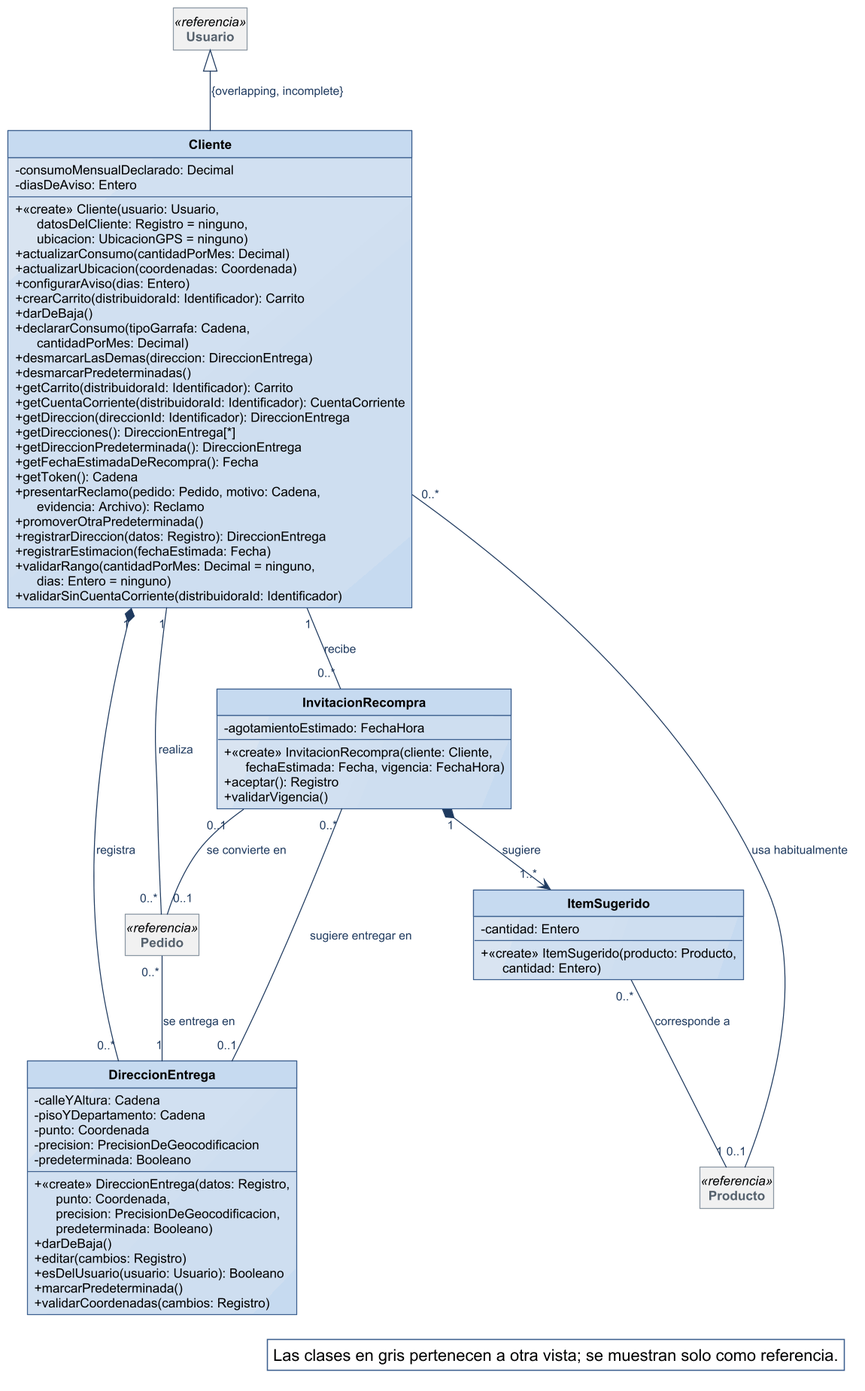
Nahuelito-Dev/splg-docs keeps this PlantUML diagram as diagramas/clases-diseno/DC_Clientes.png. Above is the earlier version.
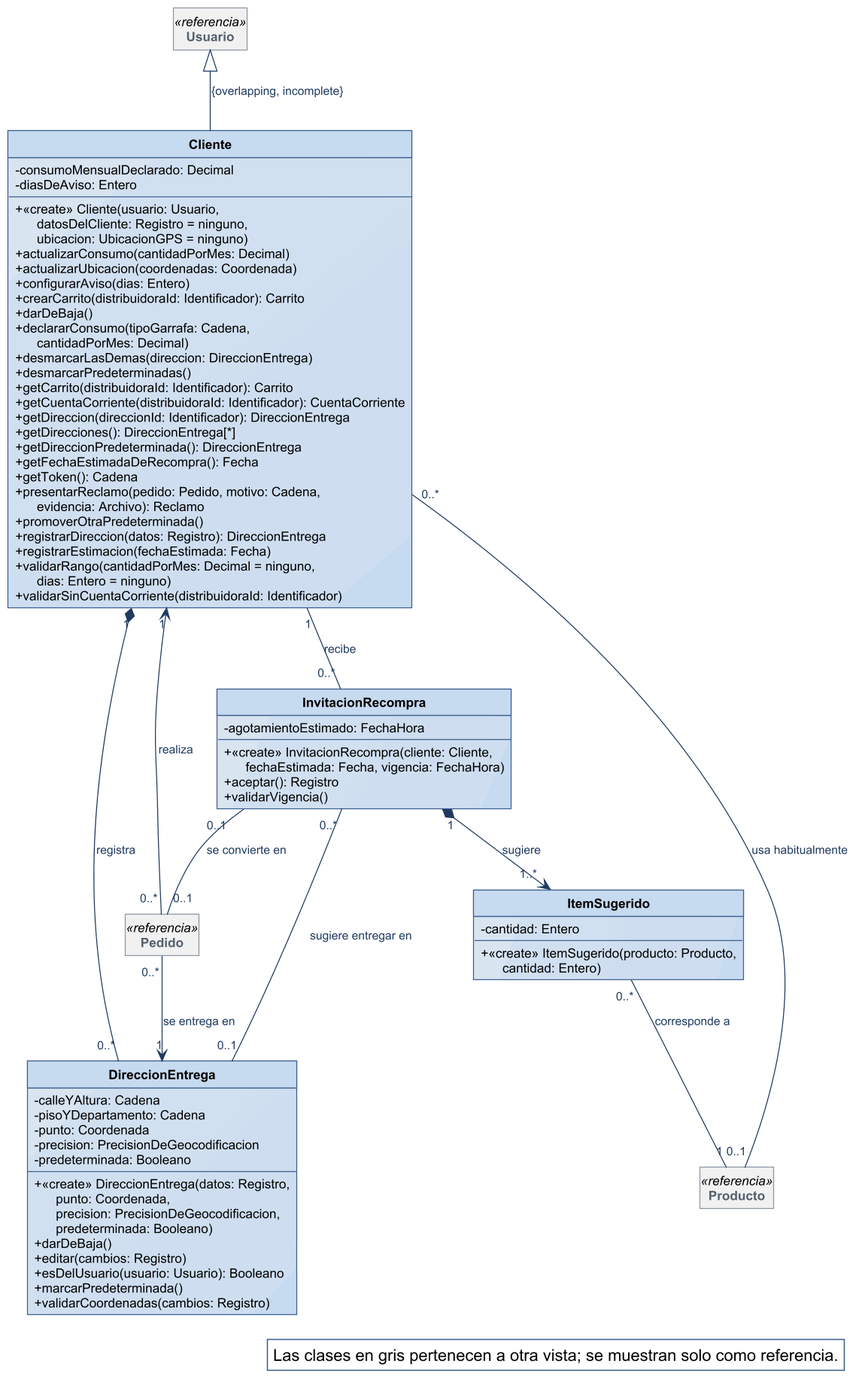
Above is the later version.

Change to the diagram source:
```diff
@@ -82,14 +82,14 @@
 
 Usuario <|-- Cliente : {overlapping, incomplete}
 Cliente "1" *-- "0..*" DireccionEntrega : registra
-Cliente "1" -- "0..*" Pedido : realiza
+Cliente "1" <-- "0..*" Pedido : realiza
 Cliente "1" -- "0..*" InvitacionRecompra : recibe
 Cliente "0..*" -- "0..1" Producto : usa habitualmente
 InvitacionRecompra "0..1" -- "0..1" Pedido : se convierte en
 InvitacionRecompra "1" *--> "1..*" ItemSugerido : sugiere
 InvitacionRecompra "0..*" -- "0..1" DireccionEntrega : sugiere entregar en
 ItemSugerido "0..*" -- "1" Producto : corresponde a
-Pedido "0..*" -- "1" DireccionEntrega : se entrega en
+Pedido "0..*" --> "1" DireccionEntrega : se entrega en
 
 legend bottom right
   Las clases en gris pertenecen a otra vista; se muestran solo como referencia.
```
